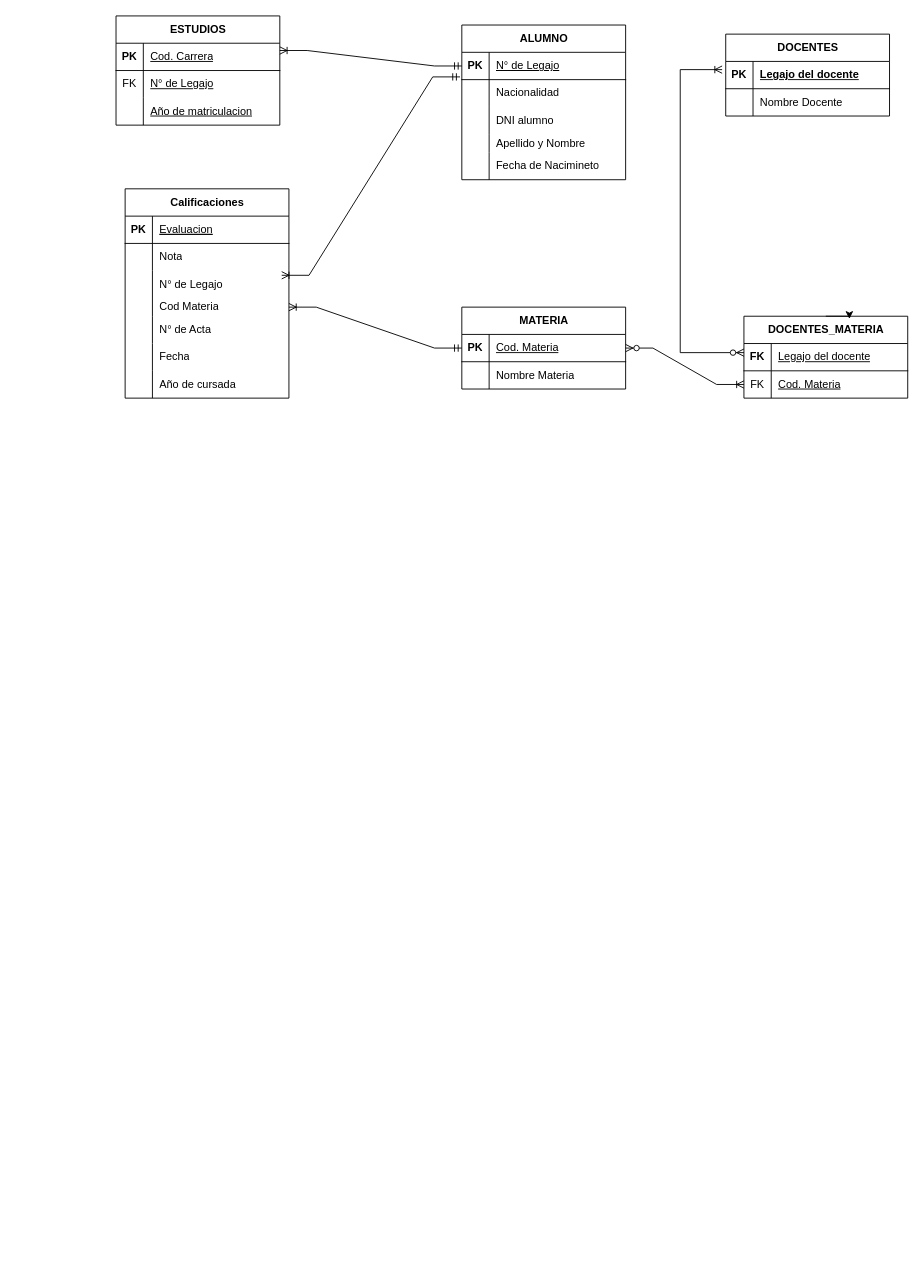
Earlier version of the draw.io diagram page "DER" (3 of 3) of Grupo11_Parcial1.drawio (Ailenmarina/Grupo11). Source tidied: cells renumbered, new cells numbered last; positions are measured from the earlier drawing's top-left corner, leaving out a move shared by most shapes. Both pictures are drawn from the tidied source at 91%, with x=0, y=0 at pixel (15, 15).
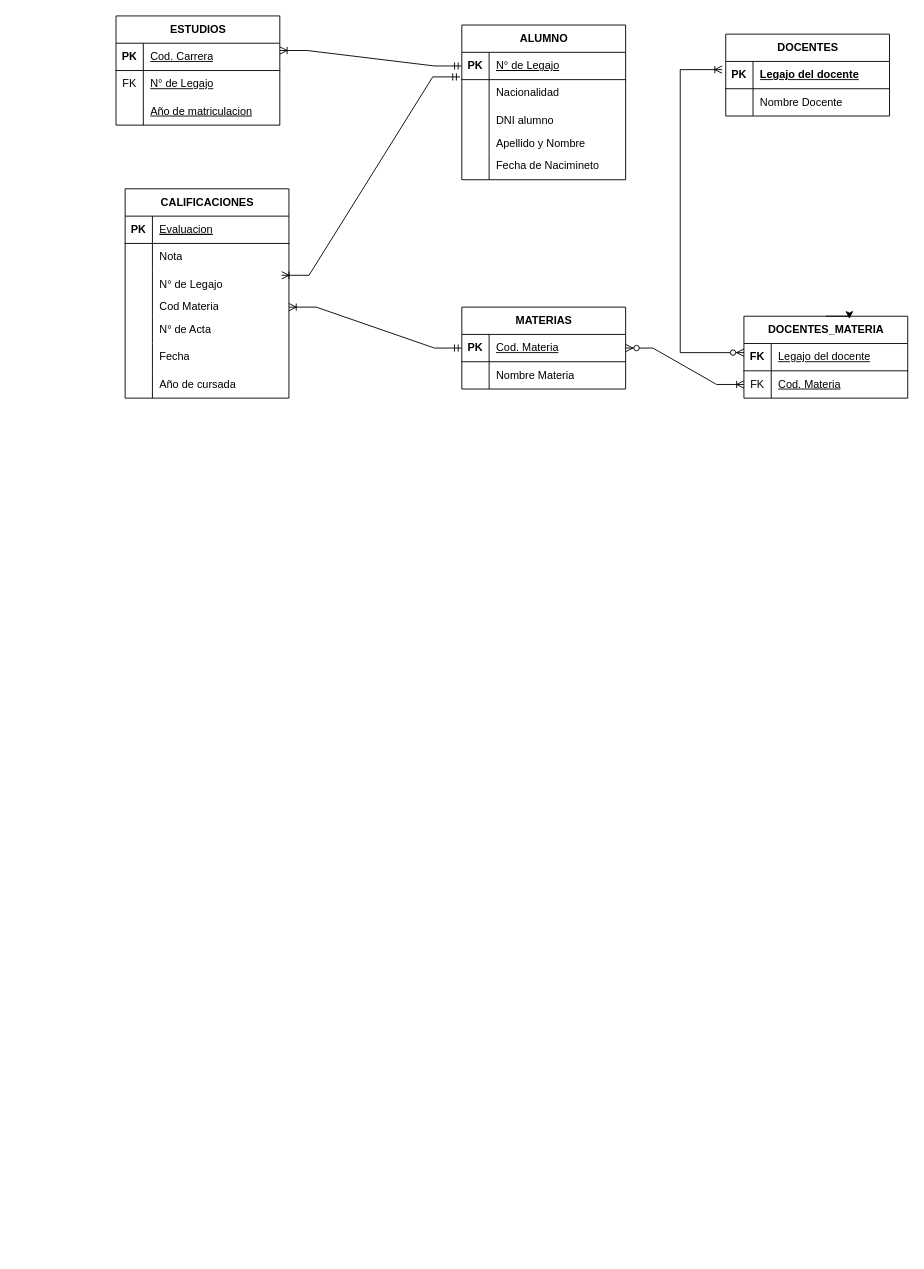
The same page after the edit.

The edit, as a diff of the source:
```diff
@@
-    <mxCell id="27" value="MATERIA" style="shape=table;startSize=30;childLayout=tableLayout;rowLines=0;fontStyle=1;align=center;html=1;" parent="1" vertex="1">
+    <mxCell id="27" value="MATERIAS" style="shape=table;startSize=30;childLayout=tableLayout;rowLines=0;fontStyle=1;align=center;html=1;" parent="1" vertex="1">
       <mxGeometry x="490" y="320" width="180" height="90" as="geometry" />
     </mxCell>
@@
-    <mxCell id="42" value="Calificaciones" style="shape=table;startSize=30;childLayout=tableLayout;rowLines=0;fontStyle=1;align=center;html=1;" parent="1" vertex="1">
+    <mxCell id="42" value="CALIFICACIONES" style="shape=table;startSize=30;childLayout=tableLayout;rowLines=0;fontStyle=1;align=center;html=1;" parent="1" vertex="1">
       <mxGeometry x="120" y="190" width="180" height="230" as="geometry" />
     </mxCell>
```
